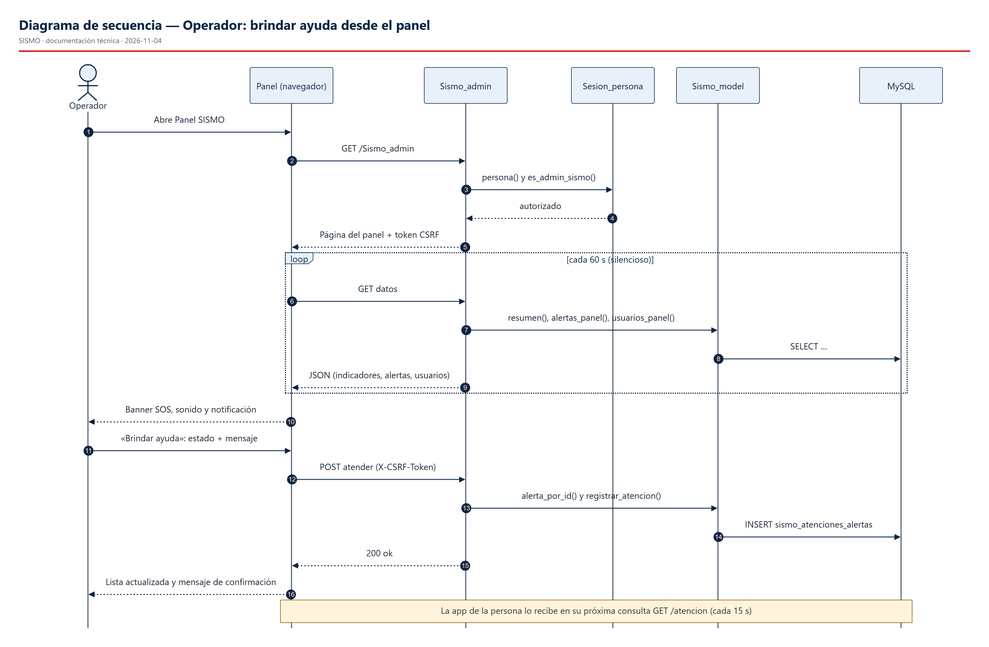
Above: screenshots/segunda_entrega/diagramas/1-uml-y-funcionales/03b-secuencia-operador-brindar-ayuda.png in Davidhunter13/Sismo_front (Mermaid), before the change. Its source is kept beside it as screenshots/segunda_entrega/diagramas/fuentes/1-uml-y-funcionales/03b-secuencia-operador-brindar-ayuda.mmd.
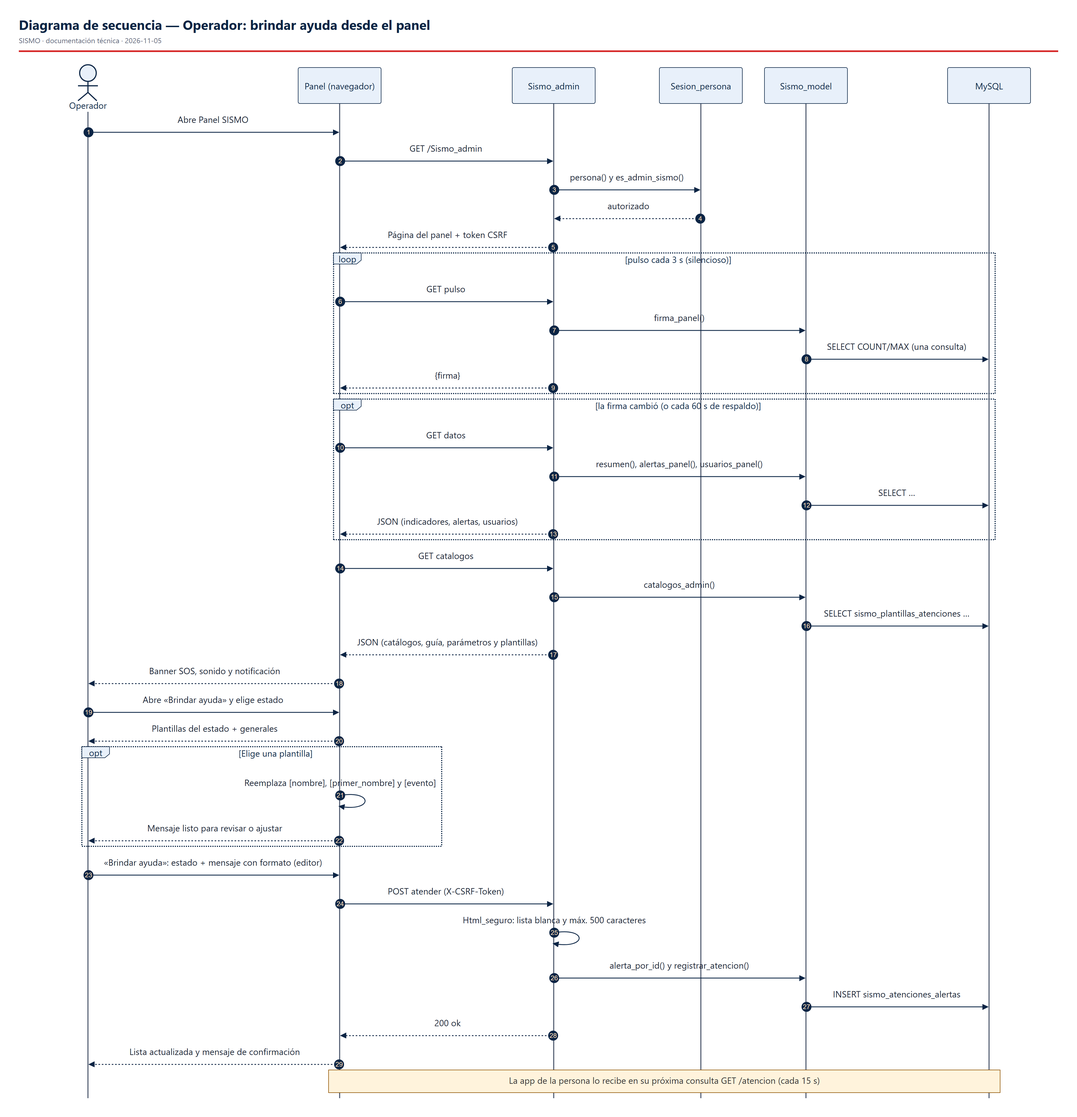
After the commit.

The edit, as a diff of the source:
```diff
@@ -11,15 +11,32 @@
   CA->>SP: persona() y es_admin_sismo()
   SP-->>CA: autorizado
   CA-->>PV: Página del panel + token CSRF
-  loop cada 60 s (silencioso)
+  loop pulso cada 3 s (silencioso)
+    PV->>CA: GET pulso
+    CA->>MD: firma_panel()
+    MD->>DB: SELECT COUNT/MAX (una consulta)
+    CA-->>PV: {firma}
+  end
+  opt la firma cambió (o cada 60 s de respaldo)
     PV->>CA: GET datos
     CA->>MD: resumen(), alertas_panel(), usuarios_panel()
     MD->>DB: SELECT …
     CA-->>PV: JSON (indicadores, alertas, usuarios)
   end
+  PV->>CA: GET catalogos
+  CA->>MD: catalogos_admin()
+  MD->>DB: SELECT sismo_plantillas_atenciones …
+  CA-->>PV: JSON (catálogos, guía, parámetros y plantillas)
   PV-->>O: Banner SOS, sonido y notificación
-  O->>PV: «Brindar ayuda»: estado + mensaje
+  O->>PV: Abre «Brindar ayuda» y elige estado
+  PV-->>O: Plantillas del estado + generales
+  opt Elige una plantilla
+    PV->>PV: Reemplaza [nombre], [primer_nombre] y [evento]
+    PV-->>O: Mensaje listo para revisar o ajustar
+  end
+  O->>PV: «Brindar ayuda»: estado + mensaje con formato (editor)
   PV->>CA: POST atender (X-CSRF-Token)
+  CA->>CA: Html_seguro: lista blanca y máx. 500 caracteres
   CA->>MD: alerta_por_id() y registrar_atencion()
   MD->>DB: INSERT sismo_atenciones_alertas
   CA-->>PV: 200 ok
```
